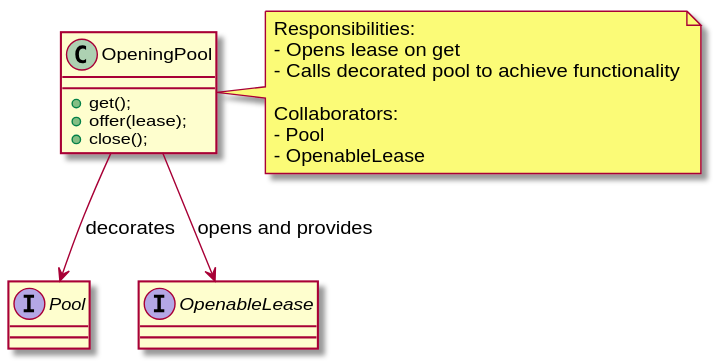
This is docs/issue-11/doxygen/inline_umlgraph_9.svg from eemhu/buf_01, a PlantUML export, as it was before one commit. Its diagram source:
```plantuml
@startuml inline_umlgraph_9.svg
interface Pool
interface OpenableLease
class OpeningPool {
+ get();
+ offer(lease);
+ close();
}

OpeningPool --> OpenableLease : opens and provides
OpeningPool --> Pool : decorates

note right of OpeningPool
Responsibilities:
- Opens lease on get
- Calls decorated pool to achieve functionality

Collaborators:
- Pool
- OpenableLease
end note
@enduml
```
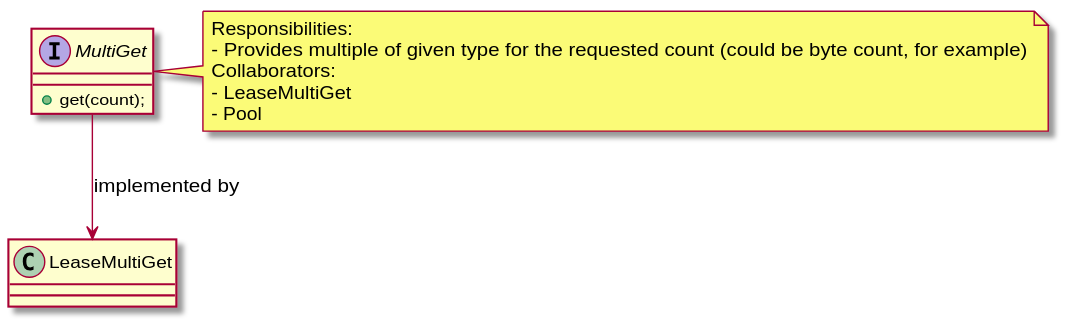
The same diagram one commit later.

Diff of the diagram source:
```diff
@@ -1,22 +1,13 @@
 @startuml inline_umlgraph_9.svg
-interface Pool
-interface OpenableLease
-class OpeningPool {
-+ get();
-+ offer(lease);
-+ close();
+interface MultiGet {
++ get(count);
 }
-
-OpeningPool --> OpenableLease : opens and provides
-OpeningPool --> Pool : decorates
-
-note right of OpeningPool
+MultiGet --> LeaseMultiGet : implemented by
+note right of MultiGet
 Responsibilities:
-- Opens lease on get
-- Calls decorated pool to achieve functionality
-
+- Provides multiple of given type for the requested count (could be byte count, for example)
 Collaborators:
+- LeaseMultiGet
 - Pool
-- OpenableLease
 end note
 @enduml
```
